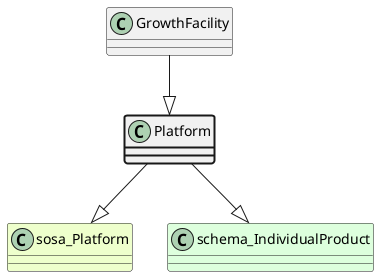
aus-plant-phenomics-network/appn-schema keeps this PlantUML diagram as ttl_uml/ttl_appn_Platform.png. Above is the earlier version.
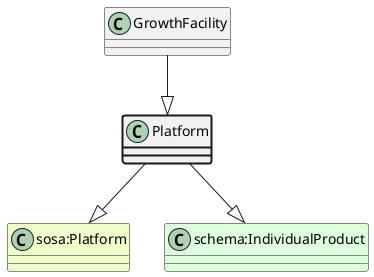
Later version of the same file.

Diff of the diagram source:
```diff
@@ -1,9 +1,9 @@
 @startuml
 class Platform  #line.bold
-class sosa_Platform #EEFFCC
-Platform --|> sosa_Platform
-class schema_IndividualProduct #DDFFDD
-Platform --|> schema_IndividualProduct
+class "sosa:Platform" #EEFFCC
+Platform --|> "sosa:Platform"
+class "schema:IndividualProduct" #DDFFDD
+Platform --|> "schema:IndividualProduct"
 class GrowthFacility
 GrowthFacility --|> Platform
 @enduml
```
